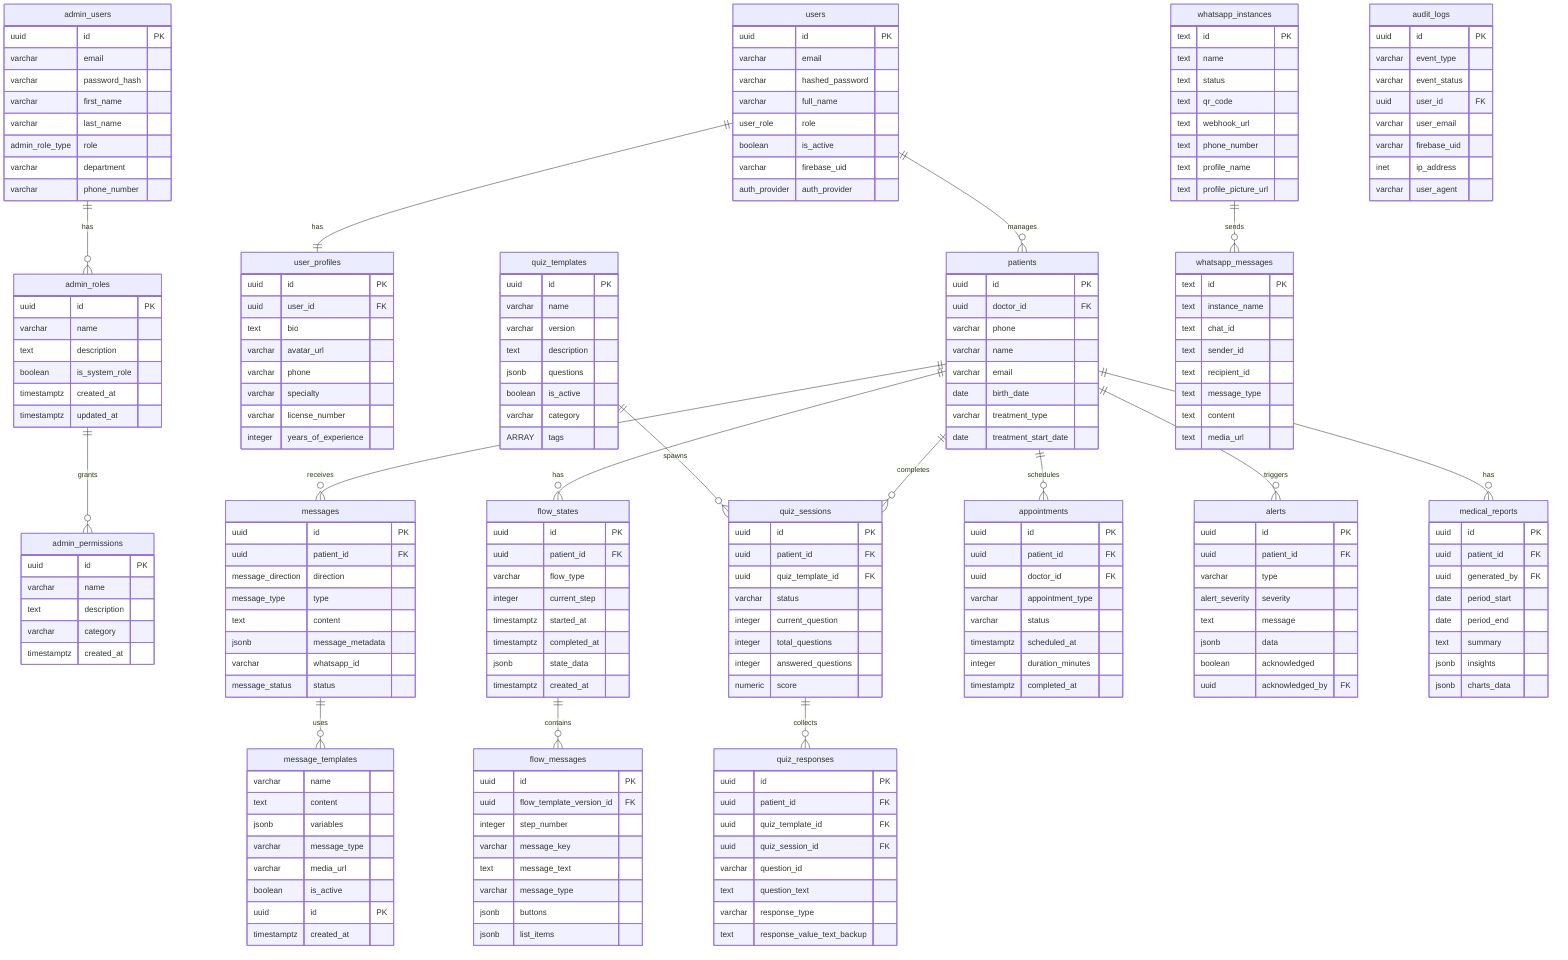
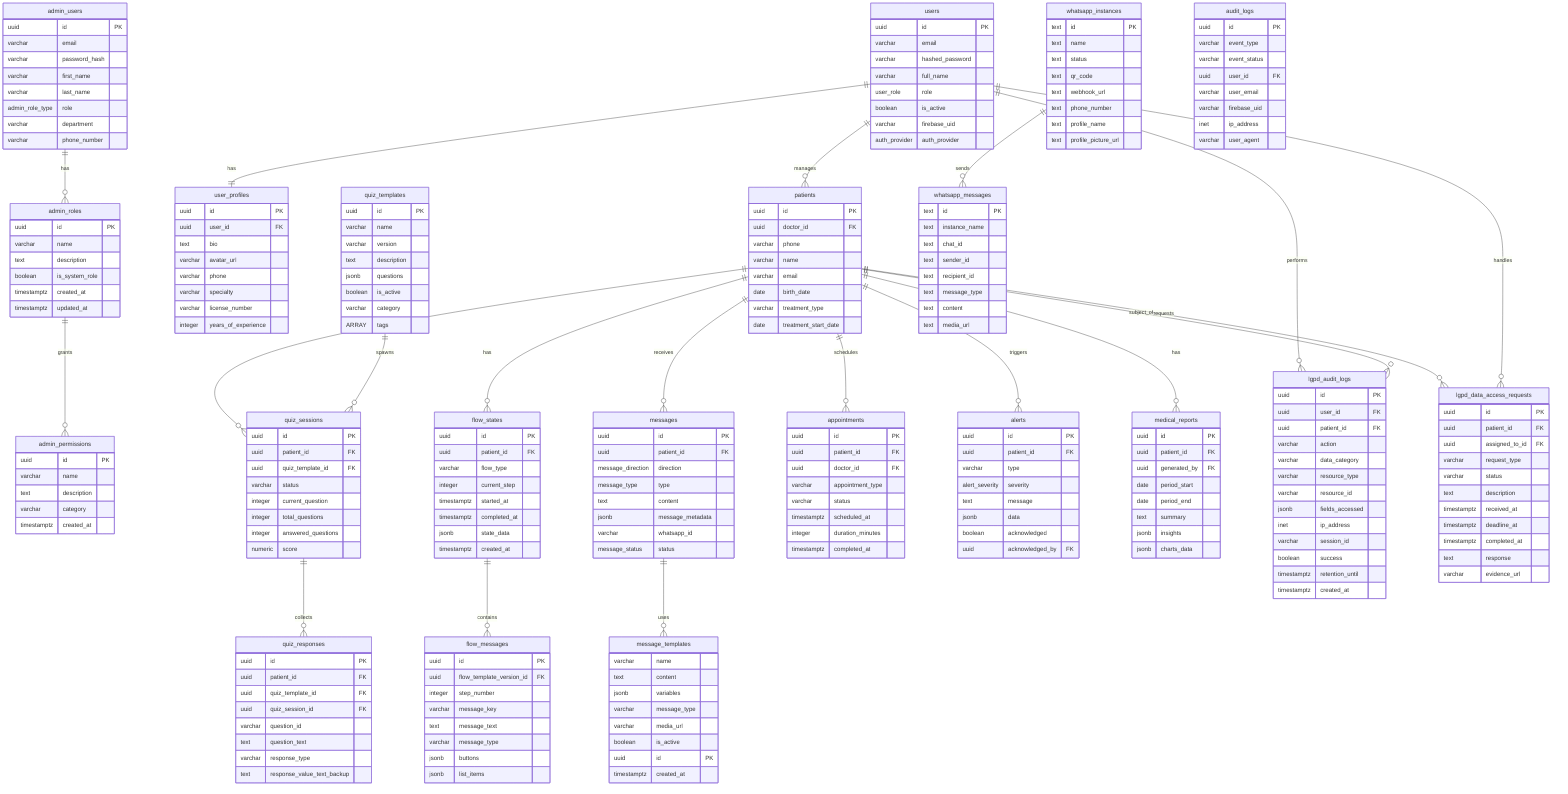
erDiagram
-     %% Auto-generated: 2025-11-25 11:47:10
+     %% Auto-generated: 2026-01-09 21:25:00
    %% Database Schema ER Diagram
-     %% Total Tables: 55
+     %% Total Tables: 57 (added lgpd_audit_logs, lgpd_data_access_requests)

    %% ==================== CORE DOMAIN ====================

    patients {
        uuid id PK
        uuid doctor_id FK
        varchar phone
        varchar name
        varchar email
        date birth_date
        varchar treatment_type
        date treatment_start_date
        %% ... and 10 more columns
    }

    users {
        uuid id PK
        varchar email
        varchar hashed_password
        varchar full_name
        user_role role
        boolean is_active
        varchar firebase_uid
        auth_provider auth_provider
        %% ... and 9 more columns
    }

    user_profiles {
        uuid id PK
        uuid user_id FK
        text bio
        varchar avatar_url
        varchar phone
        varchar specialty
        varchar license_number
        integer years_of_experience
        %% ... and 4 more columns
    }

    admin_users {
        uuid id PK
        varchar email
        varchar password_hash
        varchar first_name
        varchar last_name
        admin_role_type role
        varchar department
        varchar phone_number
        %% ... and 16 more columns
    }

    admin_roles {
        uuid id PK
        varchar name
        text description
        boolean is_system_role
        timestamptz created_at
        timestamptz updated_at
    }

    admin_permissions {
        uuid id PK
        varchar name
        text description
        varchar category
        timestamptz created_at
    }

    messages {
        uuid id PK
        uuid patient_id FK
        message_direction direction
        message_type type
        text content
        jsonb message_metadata
        varchar whatsapp_id
        message_status status
        %% ... and 13 more columns
    }

    message_templates {
        varchar name
        text content
        jsonb variables
        varchar message_type
        varchar media_url
        boolean is_active
        uuid id PK
        timestamptz created_at
        %% ... and 1 more columns
    }

    flow_states {
        uuid id PK
        uuid patient_id FK
        varchar flow_type
        integer current_step
        timestamptz started_at
        timestamptz completed_at
        jsonb state_data
        timestamptz created_at
        %% ... and 1 more columns
    }

    flow_messages {
        uuid id PK
        uuid flow_template_version_id FK
        integer step_number
        varchar message_key
        text message_text
        varchar message_type
        jsonb buttons
        jsonb list_items
        %% ... and 3 more columns
    }

    quiz_templates {
        uuid id PK
        varchar name
        varchar version
        text description
        jsonb questions
        boolean is_active
        varchar category
        ARRAY tags
        %% ... and 5 more columns
    }

    quiz_sessions {
        uuid id PK
        uuid patient_id FK
        uuid quiz_template_id FK
        varchar status
        integer current_question
        integer total_questions
        integer answered_questions
        numeric score
        %% ... and 8 more columns
    }

    quiz_responses {
        uuid id PK
        uuid patient_id FK
        uuid quiz_template_id FK
        uuid quiz_session_id FK
        varchar question_id
        text question_text
        varchar response_type
        text response_value_text_backup
        %% ... and 9 more columns
    }

    whatsapp_instances {
        text id PK
        text name
        text status
        text qr_code
        text webhook_url
        text phone_number
        text profile_name
        text profile_picture_url
        %% ... and 5 more columns
    }

    whatsapp_messages {
        text id PK
        text instance_name
        text chat_id
        text sender_id
        text recipient_id
        text message_type
        text content
        text media_url
        %% ... and 12 more columns
    }

    appointments {
        uuid id PK
        uuid patient_id FK
        uuid doctor_id FK
        varchar appointment_type
        varchar status
        timestamptz scheduled_at
        integer duration_minutes
        timestamptz completed_at
        %% ... and 6 more columns
    }

    alerts {
        uuid id PK
        uuid patient_id FK
        varchar type
        alert_severity severity
        text message
        jsonb data
        boolean acknowledged
        uuid acknowledged_by FK
        %% ... and 3 more columns
    }

    medical_reports {
        uuid id PK
        uuid patient_id FK
        uuid generated_by FK
        date period_start
        date period_end
        text summary
        jsonb insights
        jsonb charts_data
        %% ... and 5 more columns
    }

    audit_logs {
        uuid id PK
        varchar event_type
        varchar event_status
        uuid user_id FK
        varchar user_email
        varchar firebase_uid
        inet ip_address
        varchar user_agent
        %% ... and 48 more columns
    }

+     %% ==================== LGPD COMPLIANCE ====================
+ 
+     lgpd_audit_logs {
+         uuid id PK
+         uuid user_id FK
+         uuid patient_id FK
+         varchar action
+         varchar data_category
+         varchar resource_type
+         varchar resource_id
+         jsonb fields_accessed
+         inet ip_address
+         varchar session_id
+         boolean success
+         timestamptz retention_until
+         timestamptz created_at
+     }
+ 
+     lgpd_data_access_requests {
+         uuid id PK
+         uuid patient_id FK
+         uuid assigned_to_id FK
+         varchar request_type
+         varchar status
+         text description
+         timestamptz received_at
+         timestamptz deadline_at
+         timestamptz completed_at
+         text response
+         varchar evidence_url
+     }

    %% ==================== RELATIONSHIPS ====================

    %% Core relationships
    patients ||--o{ messages : "receives"
    patients ||--o{ flow_states : "has"
    patients ||--o{ quiz_sessions : "completes"
    patients ||--o{ appointments : "schedules"
    patients ||--o{ alerts : "triggers"

    users ||--o{ patients : "manages"
    users ||--|| user_profiles : "has"

    %% Admin relationships
    admin_users ||--o{ admin_roles : "has"
    admin_roles ||--o{ admin_permissions : "grants"

    %% Messaging
    messages ||--o{ message_templates : "uses"
    whatsapp_instances ||--o{ whatsapp_messages : "sends"

    %% Flows
    flow_states ||--o{ flow_messages : "contains"

    %% Quiz
    quiz_templates ||--o{ quiz_sessions : "spawns"
    quiz_sessions ||--o{ quiz_responses : "collects"

    %% Medical
    patients ||--o{ medical_reports : "has"
+ 
+     %% LGPD Compliance
+     users ||--o{ lgpd_audit_logs : "performs"
+     patients ||--o{ lgpd_audit_logs : "subject_of"
+     patients ||--o{ lgpd_data_access_requests : "requests"
+     users ||--o{ lgpd_data_access_requests : "handles"
+ 
